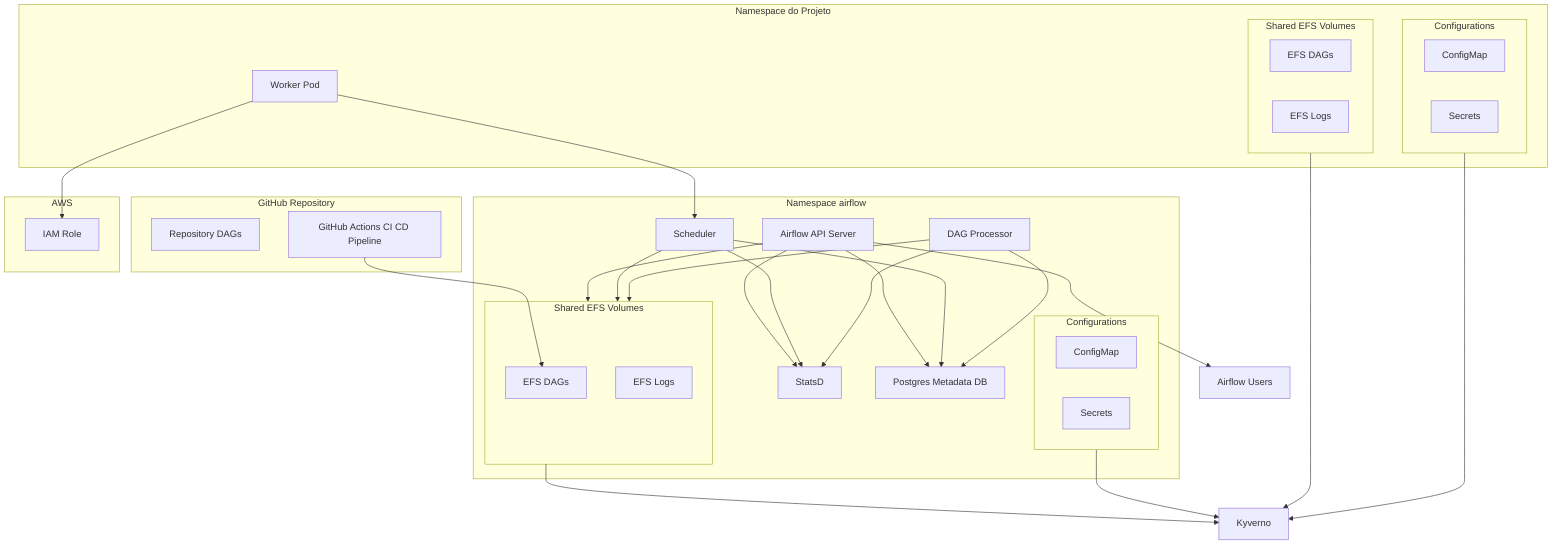
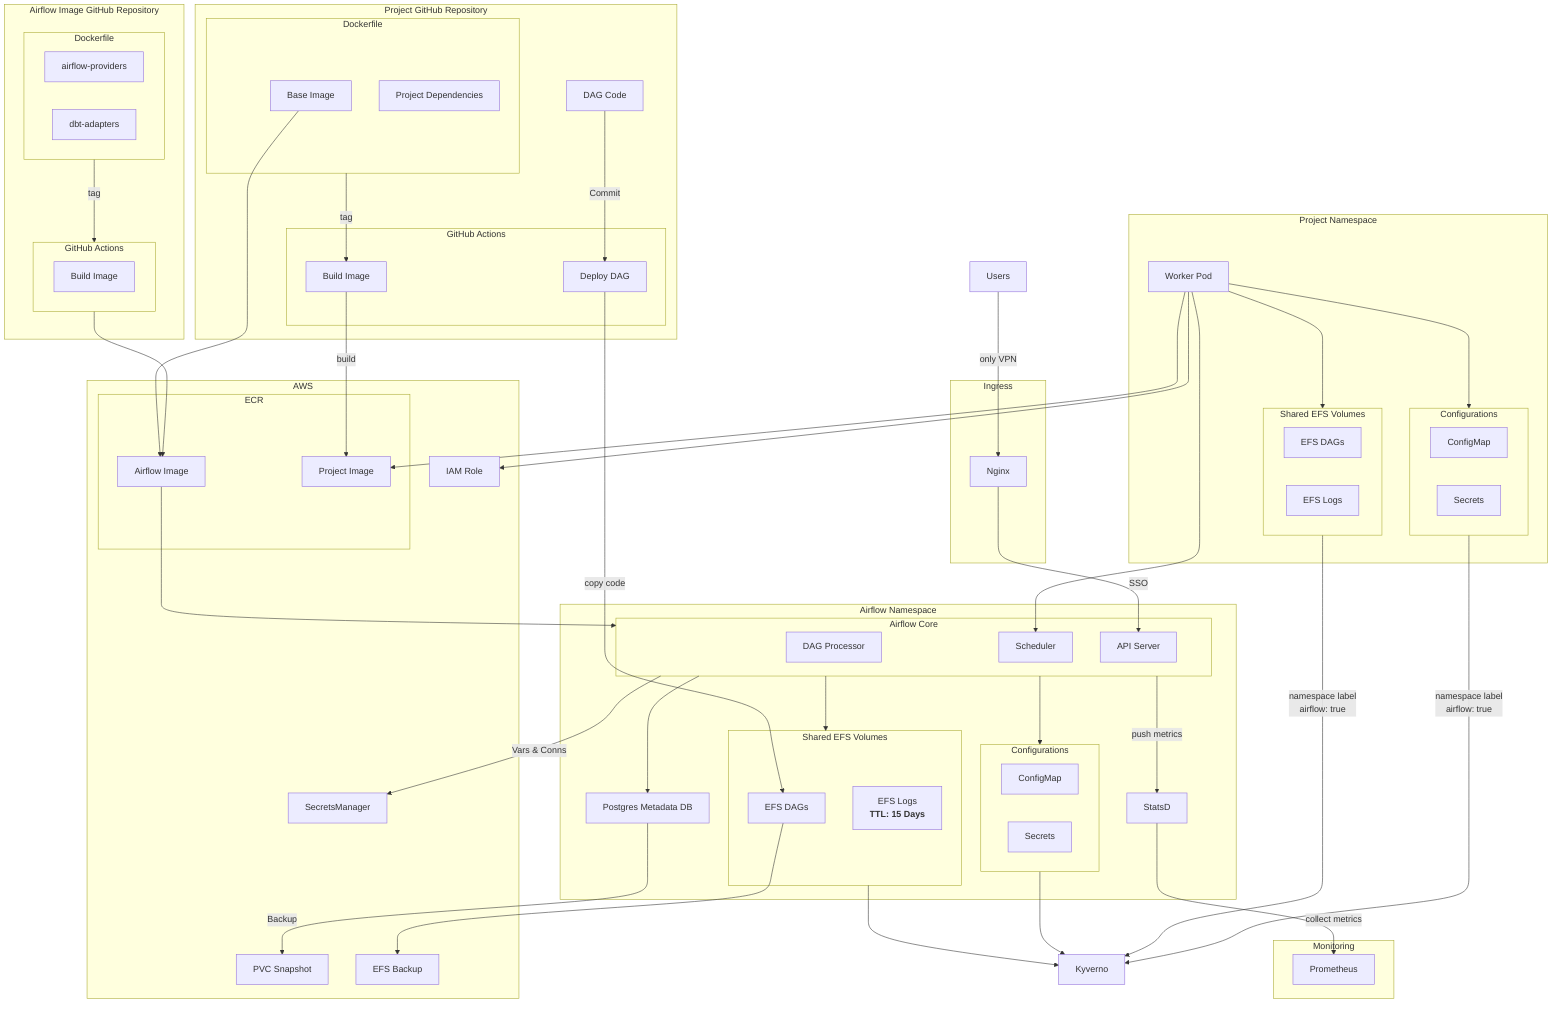
graph TD
-     %% Namespace airflow
-     subgraph AirflowNamespace[Namespace airflow]
-         DAGProcessor[DAG Processor]
-         Scheduler[Scheduler]
-         APIServer[Airflow API Server]
+     subgraph AirflowNamespace[Airflow Namespace]
+         subgraph AirflowCore[Airflow Core]
+             DAGProcessor[DAG Processor]
+             Scheduler[Scheduler]
+             APIServer[API Server]
+         end
+ 
        StatsD[StatsD]
        PostgresDB[Postgres Metadata DB]

        subgraph EFS[Shared EFS Volumes]
            EFS_DAGs[EFS DAGs]
-             EFS_Logs[EFS Logs]
+             EFS_Logs[EFS Logs <br/><b>TTL: 15 Days</b>]
+ 
        end

        subgraph Configurations[Configurations]
            ConfigMap[ConfigMap]
            Secrets[Secrets]
        end
    end

-     Users[Airflow Users]
+     Users[Users]

-     %% Conexões com EFS
-     APIServer --> EFS
-     Scheduler --> EFS
-     DAGProcessor --> EFS
- 
-     %% Conexões StatsD
-     APIServer --> StatsD
-     Scheduler --> StatsD
-     DAGProcessor --> StatsD
- 
-     %% Conexões Postgres
-     APIServer --> PostgresDB
-     Scheduler --> PostgresDB
-     DAGProcessor --> PostgresDB
- 
-     %% API Server com usuários
-     APIServer --> Users
- 
-     %% GitHub Repository e Actions
-     subgraph GitHub[GitHub Repository]
-         DAGRepo[Repository DAGs]
-         GitHubActions[GitHub Actions CI CD Pipeline]
+     subgraph Ingress[Ingress]
+         Nginx
    end

-     GitHubActions --> EFS_DAGs
+     %% Conexões Core com Infra
+     AirflowCore --> EFS
+     AirflowCore -- "push metrics" --> StatsD
+     AirflowCore --> PostgresDB
+     AirflowCore --> Configurations
+     Users -- "only VPN" --> Nginx
+     Nginx -- "SSO" --> APIServer
+     %% GitHub Repository e Actions
+     subgraph GitHub[Project GitHub Repository]
+         DAG[DAG Code]
+         subgraph GitHubActions[GitHub Actions]
+             WorkflowDeployDAG[Deploy DAG]
+             WorkflowBuildImage[Build Image]
+         end
+         DAG -- "Commit" --> WorkflowDeployDAG
+         subgraph DockerfileProject[Dockerfile]
+             ImageBase[Base Image]
+             project-deps[Project Dependencies]
+         end
+ 
+         DockerfileProject -- "tag"--> WorkflowBuildImage
+     end
+ 
+     subgraph AirflowImage[Airflow Image GitHub Repository]
+         subgraph Dockerfile
+             airflow-providers
+             dbt-adapters
+         end
+         subgraph GA[GitHub Actions]
+             WorkflowBuildBaseImage[Build Image]
+         end
+ 
+         Dockerfile -- "tag"--> GA
+     end
+ 
+     %% Conexão com texto solicitado
+     WorkflowDeployDAG -- "copy code" --> EFS_DAGs

    %% Namespace do projeto
-     subgraph ProjectNamespace[Namespace do Projeto]
+     subgraph ProjectNamespace[Project Namespace]
        Worker[Worker Pod]

        subgraph ProjectEFS[Shared EFS Volumes]
            ProjectEFS_DAGs[EFS DAGs]
            ProjectEFS_Logs[EFS Logs]
        end

        subgraph ProjectConfigurations[Configurations]
            ProjectConfigMap[ConfigMap]
            ProjectSecrets[Secrets]
        end
    end

    Worker --> Scheduler

    %% AWS bloco separado com IAM Role
    subgraph AWS[AWS]
        IAMRole[IAM Role]
+         SecretsManager[SecretsManager]
+         Snapshot[PVC Snapshot]
+         EFSBackup[EFS Backup]
+         subgraph ECR[ECR]
+             BaseImage[Airflow Image]
+             ProjectImage[Project Image]
+         end
    end

+     GA --> BaseImage
+     BaseImage --> AirflowCore
+     ImageBase --> BaseImage
+     WorkflowBuildImage -- "build"--> ProjectImage
    Worker --> IAMRole
+     Worker --> ProjectImage
+     Worker --> ProjectEFS
+     Worker --> ProjectConfigurations

-     %% Kyverno como node único (compacto)
+     AirflowCore -- "Vars & Conns" --> SecretsManager
+     PostgresDB -- "Backup" --> Snapshot
+     EFS_DAGs --> EFSBackup
+ 
+     %% Kyverno
    Kyverno[Kyverno]
- 
-     %% Ligações Kyverno aos blocos dos namespaces
    EFS --> Kyverno
    Configurations --> Kyverno
-     ProjectEFS --> Kyverno
-     ProjectConfigurations --> Kyverno
+     ProjectEFS -- "namespace label \n airflow: true" --> Kyverno
+     ProjectConfigurations -- "namespace label \n airflow: true" --> Kyverno
+ 
+     subgraph Monitoring[Monitoring]
+         Prometheus
+     end
+ 
+     StatsD -- "collect metrics" --> Prometheus